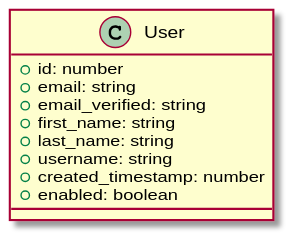
Earlier version of the PlantUML export entities.svg (Jeff-Tian/uni-sso). The source it was exported from:
```plantuml
@startuml
class User {
    +id: number
    +email: string
    +email_verified: string
    +first_name: string
    +last_name: string
    +username: string
    +created_timestamp: number
    +enabled: boolean
}
@enduml
```
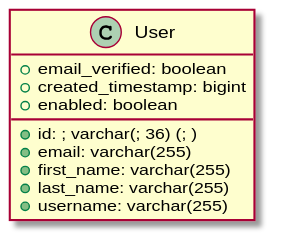
The same diagram one commit later.

Diff of the diagram source:
```diff
@@ -1,12 +1,12 @@
 @startuml
 class User {
-    +id: number
-    +email: string
-    +email_verified: string
-    +first_name: string
-    +last_name: string
-    +username: string
-    +created_timestamp: number
+    +id: ; varchar(; 36) (; )
+    +email: varchar(255)
+    +email_verified: boolean
+    +first_name: varchar(255)
+    +last_name: varchar(255)
+    +username: varchar(255)
+    +created_timestamp: bigint
     +enabled: boolean
 }
 @enduml
```
